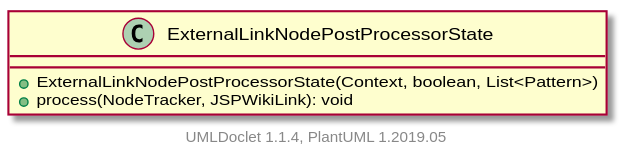
This is apidocs/2.11.0.M8-SNAPSHOT/org/apache/wiki/markdown/extensions/jspwikilinks/postprocessor/ExternalLinkNodePostProcessorState.svg from apache/jspwiki-site, a PlantUML export, as it was before one commit.
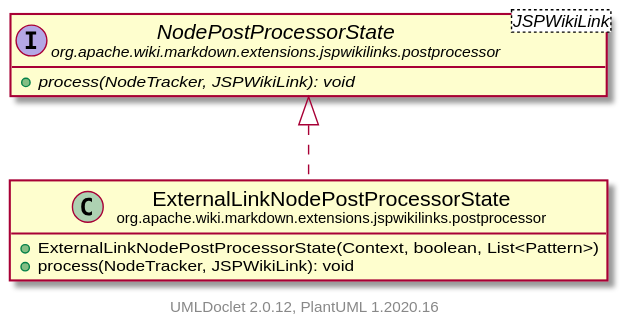
The same diagram one commit later.

Diff of the diagram source:
```diff
@@ -1,10 +1,18 @@
 @startuml
+    set namespaceSeparator none
+    hide empty fields
+    hide empty methods
 
-    class ExternalLinkNodePostProcessorState [[ExternalLinkNodePostProcessorState.html]] {
+    class "<size:14>ExternalLinkNodePostProcessorState\n<size:10>org.apache.wiki.markdown.extensions.jspwikilinks.postprocessor" as org.apache.wiki.markdown.extensions.jspwikilinks.postprocessor.ExternalLinkNodePostProcessorState [[ExternalLinkNodePostProcessorState.html]] {
         +ExternalLinkNodePostProcessorState(Context, boolean, List<Pattern>)
         +process(NodeTracker, JSPWikiLink): void
     }
 
+    interface "<size:14>NodePostProcessorState\n<size:10>org.apache.wiki.markdown.extensions.jspwikilinks.postprocessor" as org.apache.wiki.markdown.extensions.jspwikilinks.postprocessor.NodePostProcessorState<JSPWikiLink> [[NodePostProcessorState.html]] {
+        {abstract} +process(NodeTracker, JSPWikiLink): void
+    }
 
-    center footer UMLDoclet 1.1.4, PlantUML 1.2019.05
+    org.apache.wiki.markdown.extensions.jspwikilinks.postprocessor.NodePostProcessorState <|.. org.apache.wiki.markdown.extensions.jspwikilinks.postprocessor.ExternalLinkNodePostProcessorState
+
+    center footer UMLDoclet 2.0.12, PlantUML 1.2020.16
 @enduml
```
